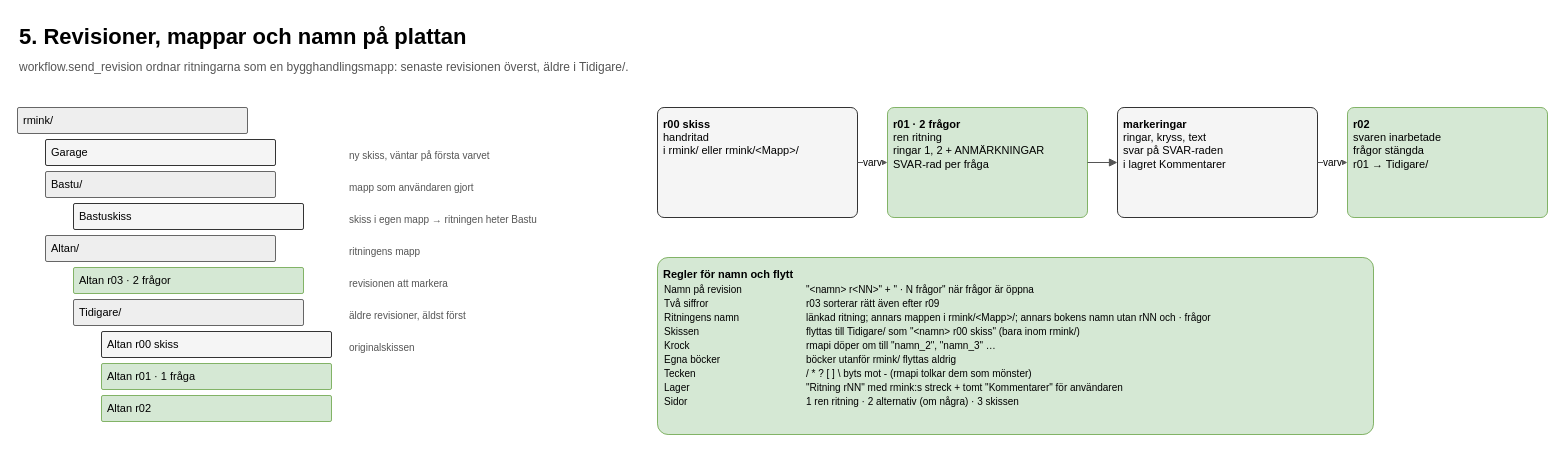
thagvall/rmink keeps this draw.io diagram as docs/diagrams/05-revisioner-och-mappar.drawio. Above is the earlier version. Source tidied: cells renumbered, new cells numbered last; positions are measured from the earlier drawing's top-left corner, leaving out a move shared by most shapes. Both pictures are drawn from the tidied source at 100%, with x=0, y=0 at pixel (17, 17).
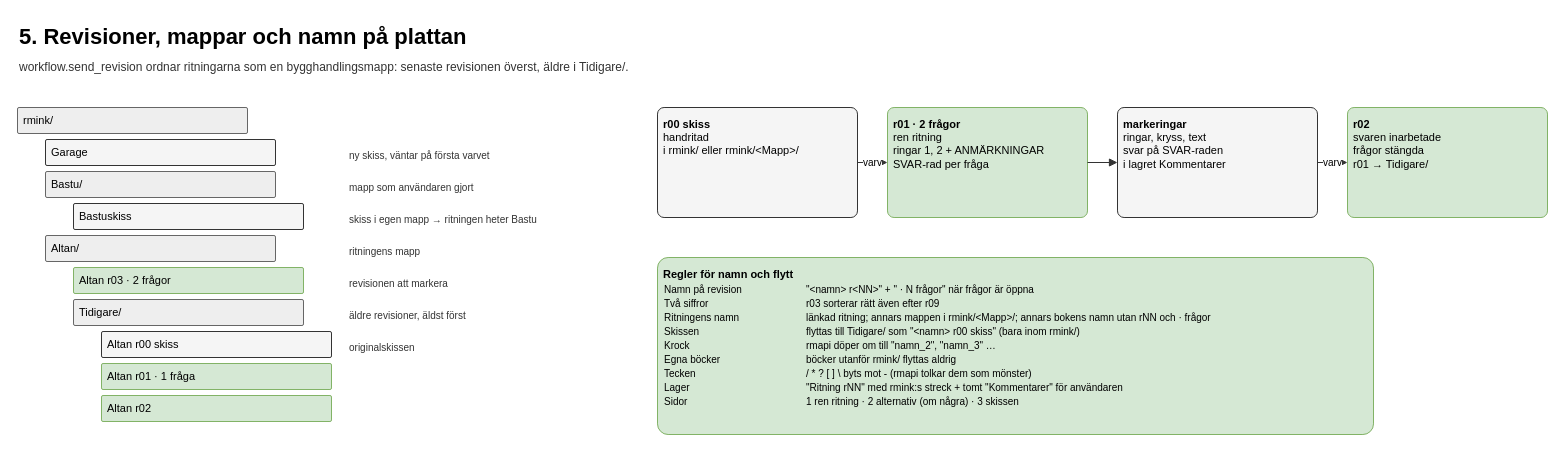
The same page after the edit.

Unchanged cells that the change refers to:
```xml
<mxCell id="21" value="&lt;b&gt;r00 skiss&lt;/b&gt;&lt;br&gt;handritad&lt;br&gt;i rmink/ eller rmink/&amp;lt;Mapp&amp;gt;/" style="rounded=1;arcSize=6;whiteSpace=wrap;html=1;fillColor=#f5f5f5;strokeColor=#333333;fontFamily=Helvetica;fontSize=11;align=left;verticalAlign=top;spacing=6;" parent="1" vertex="1">
  <mxGeometry x="640" y="90" width="200" height="110" as="geometry" />
</mxCell>
<mxCell id="22" value="&lt;b&gt;r01 · 2 frågor&lt;/b&gt;&lt;br&gt;ren ritning&lt;br&gt;ringar 1, 2 + ANMÄRKNINGAR&lt;br&gt;SVAR-rad per fråga" style="rounded=1;arcSize=6;whiteSpace=wrap;html=1;fillColor=#d5e8d4;strokeColor=#82b366;fontFamily=Helvetica;fontSize=11;align=left;verticalAlign=top;spacing=6;" parent="1" vertex="1">
  <mxGeometry x="870" y="90" width="200" height="110" as="geometry" />
</mxCell>
<mxCell id="24" value="&lt;b&gt;markeringar&lt;/b&gt;&lt;br&gt;ringar, kryss, text&lt;br&gt;svar på SVAR-raden&lt;br&gt;i lagret Kommentarer" style="rounded=1;arcSize=6;whiteSpace=wrap;html=1;fillColor=#f5f5f5;strokeColor=#333333;fontFamily=Helvetica;fontSize=11;align=left;verticalAlign=top;spacing=6;" parent="1" vertex="1">
  <mxGeometry x="1100" y="90" width="200" height="110" as="geometry" />
</mxCell>
<mxCell id="26" value="&lt;b&gt;r02&lt;/b&gt;&lt;br&gt;svaren inarbetade&lt;br&gt;frågor stängda&lt;br&gt;r01 → Tidigare/" style="rounded=1;arcSize=6;whiteSpace=wrap;html=1;fillColor=#d5e8d4;strokeColor=#82b366;fontFamily=Helvetica;fontSize=11;align=left;verticalAlign=top;spacing=6;" parent="1" vertex="1">
  <mxGeometry x="1330" y="90" width="200" height="110" as="geometry" />
</mxCell>
```

Diff of the diagram source:
```diff
@@
-<mxGraphModel>
+<mxGraphModel background="#ffffff">
@@
-    <mxCell id="3" value="workflow.send_revision ordnar ritningarna som en bygghandlingsmapp: senaste revisionen överst, äldre i Tidigare/." style="text;html=1;whiteSpace=wrap;fontFamily=Helvetica;fontSize=12;fontColor=#555555;align=left;verticalAlign=top;spacing=2;" parent="1" vertex="1">
+    <mxCell id="3" value="workflow.send_revision ordnar ritningarna som en bygghandlingsmapp: senaste revisionen överst, äldre i Tidigare/." style="text;html=1;whiteSpace=wrap;fontFamily=Helvetica;fontSize=12;fontColor=#333333;align=left;verticalAlign=top;spacing=2;" parent="1" vertex="1">
       <mxGeometry y="36" width="1400" height="22" as="geometry" />
     </mxCell>
@@
-    <mxCell id="6" value="ny skiss, väntar på första varvet" style="text;html=1;whiteSpace=wrap;fontFamily=Helvetica;fontSize=10;fontColor=#555555;align=left;verticalAlign=top;spacing=2;" parent="1" vertex="1">
+    <mxCell id="6" value="ny skiss, väntar på första varvet" style="text;html=1;whiteSpace=wrap;fontFamily=Helvetica;fontSize=10;fontColor=#333333;align=left;verticalAlign=top;spacing=2;" parent="1" vertex="1">
       <mxGeometry x="330" y="126" width="260" height="22" as="geometry" />
     </mxCell>
@@
-    <mxCell id="8" value="mapp som användaren gjort" style="text;html=1;whiteSpace=wrap;fontFamily=Helvetica;fontSize=10;fontColor=#555555;align=left;verticalAlign=top;spacing=2;" parent="1" vertex="1">
+    <mxCell id="8" value="mapp som användaren gjort" style="text;html=1;whiteSpace=wrap;fontFamily=Helvetica;fontSize=10;fontColor=#333333;align=left;verticalAlign=top;spacing=2;" parent="1" vertex="1">
       <mxGeometry x="330" y="158" width="260" height="22" as="geometry" />
     </mxCell>
@@
-    <mxCell id="10" value="skiss i egen mapp → ritningen heter Bastu" style="text;html=1;whiteSpace=wrap;fontFamily=Helvetica;fontSize=10;fontColor=#555555;align=left;verticalAlign=top;spacing=2;" parent="1" vertex="1">
+    <mxCell id="10" value="skiss i egen mapp → ritningen heter Bastu" style="text;html=1;whiteSpace=wrap;fontFamily=Helvetica;fontSize=10;fontColor=#333333;align=left;verticalAlign=top;spacing=2;" parent="1" vertex="1">
       <mxGeometry x="330" y="190" width="260" height="22" as="geometry" />
     </mxCell>
@@
-    <mxCell id="12" value="ritningens mapp" style="text;html=1;whiteSpace=wrap;fontFamily=Helvetica;fontSize=10;fontColor=#555555;align=left;verticalAlign=top;spacing=2;" parent="1" vertex="1">
+    <mxCell id="12" value="ritningens mapp" style="text;html=1;whiteSpace=wrap;fontFamily=Helvetica;fontSize=10;fontColor=#333333;align=left;verticalAlign=top;spacing=2;" parent="1" vertex="1">
       <mxGeometry x="330" y="222" width="260" height="22" as="geometry" />
     </mxCell>
@@
-    <mxCell id="14" value="revisionen att markera" style="text;html=1;whiteSpace=wrap;fontFamily=Helvetica;fontSize=10;fontColor=#555555;align=left;verticalAlign=top;spacing=2;" parent="1" vertex="1">
+    <mxCell id="14" value="revisionen att markera" style="text;html=1;whiteSpace=wrap;fontFamily=Helvetica;fontSize=10;fontColor=#333333;align=left;verticalAlign=top;spacing=2;" parent="1" vertex="1">
       <mxGeometry x="330" y="254" width="260" height="22" as="geometry" />
     </mxCell>
@@
-    <mxCell id="16" value="äldre revisioner, äldst först" style="text;html=1;whiteSpace=wrap;fontFamily=Helvetica;fontSize=10;fontColor=#555555;align=left;verticalAlign=top;spacing=2;" parent="1" vertex="1">
+    <mxCell id="16" value="äldre revisioner, äldst först" style="text;html=1;whiteSpace=wrap;fontFamily=Helvetica;fontSize=10;fontColor=#333333;align=left;verticalAlign=top;spacing=2;" parent="1" vertex="1">
       <mxGeometry x="330" y="286" width="260" height="22" as="geometry" />
     </mxCell>
@@
-    <mxCell id="18" value="originalskissen" style="text;html=1;whiteSpace=wrap;fontFamily=Helvetica;fontSize=10;fontColor=#555555;align=left;verticalAlign=top;spacing=2;" parent="1" vertex="1">
+    <mxCell id="18" value="originalskissen" style="text;html=1;whiteSpace=wrap;fontFamily=Helvetica;fontSize=10;fontColor=#333333;align=left;verticalAlign=top;spacing=2;" parent="1" vertex="1">
       <mxGeometry x="330" y="318" width="260" height="22" as="geometry" />
     </mxCell>
@@
-    <mxCell id="23" value="varv" style="edgeStyle=orthogonalEdgeStyle;rounded=1;html=1;fontFamily=Helvetica;fontSize=10;strokeColor=#555555;endArrow=block;endFill=1;labelBackgroundColor=#ffffff;" parent="1" edge="1" source="21" target="22">
+    <mxCell id="23" value="varv" style="edgeStyle=orthogonalEdgeStyle;rounded=1;html=1;fontFamily=Helvetica;fontSize=10;strokeColor=#333333;endArrow=block;endFill=1;labelBackgroundColor=#ffffff;" parent="1" edge="1" source="21" target="22">
       <mxGeometry relative="1" as="geometry" />
     </mxCell>
@@
-    <mxCell id="25" style="edgeStyle=orthogonalEdgeStyle;rounded=1;html=1;fontFamily=Helvetica;fontSize=10;strokeColor=#555555;endArrow=block;endFill=1;labelBackgroundColor=#ffffff;" parent="1" edge="1" source="22" target="24">
+    <mxCell id="25" style="edgeStyle=orthogonalEdgeStyle;rounded=1;html=1;fontFamily=Helvetica;fontSize=10;strokeColor=#333333;endArrow=block;endFill=1;labelBackgroundColor=#ffffff;" parent="1" edge="1" source="22" target="24">
       <mxGeometry relative="1" as="geometry" />
     </mxCell>
@@
-    <mxCell id="27" value="varv" style="edgeStyle=orthogonalEdgeStyle;rounded=1;html=1;fontFamily=Helvetica;fontSize=10;strokeColor=#555555;endArrow=block;endFill=1;labelBackgroundColor=#ffffff;" parent="1" edge="1" source="24" target="26">
+    <mxCell id="27" value="varv" style="edgeStyle=orthogonalEdgeStyle;rounded=1;html=1;fontFamily=Helvetica;fontSize=10;strokeColor=#333333;endArrow=block;endFill=1;labelBackgroundColor=#ffffff;" parent="1" edge="1" source="24" target="26">
       <mxGeometry relative="1" as="geometry" />
     </mxCell>
```
